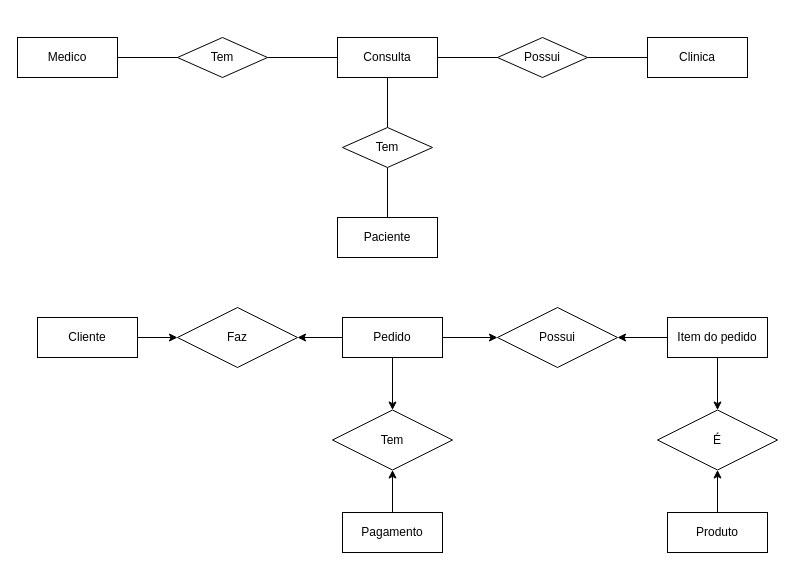
Earlier version of the draw.io diagram Projeto_ECommerce/Modelagem/Clinica Medica.drawio (jheykocarreno/Senai_BackEnd). Source tidied: cells renumbered, new cells numbered last; positions are measured from the earlier drawing's top-left corner, leaving out a move shared by most shapes. Both pictures are drawn from the tidied source at 100%, with x=0, y=0 at pixel (17, 37).
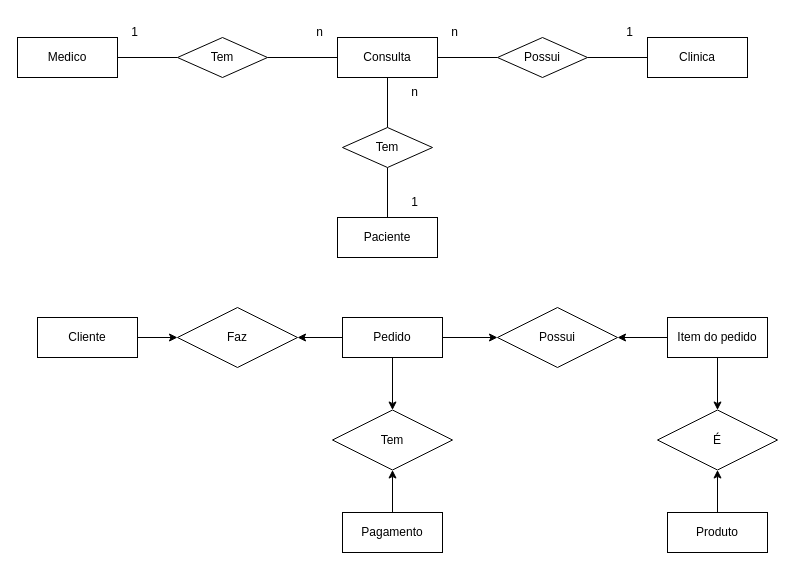
The same page after the edit.

Change to the diagram source:
```diff
@@
+    <mxCell id="32" value="1" style="text;html=1;align=center;verticalAlign=middle;whiteSpace=wrap;rounded=0;" parent="1" vertex="1">
+      <mxGeometry x="595" y="-20" width="35" height="30" as="geometry" />
+    </mxCell>
+    <mxCell id="33" value="1" style="text;html=1;align=center;verticalAlign=middle;whiteSpace=wrap;rounded=0;" parent="1" vertex="1">
+      <mxGeometry x="100" y="-20" width="35" height="30" as="geometry" />
+    </mxCell>
+    <mxCell id="34" value="n" style="text;html=1;align=center;verticalAlign=middle;whiteSpace=wrap;rounded=0;" parent="1" vertex="1">
+      <mxGeometry x="285" y="-20" width="35" height="30" as="geometry" />
+    </mxCell>
+    <mxCell id="35" value="n" style="text;html=1;align=center;verticalAlign=middle;whiteSpace=wrap;rounded=0;" parent="1" vertex="1">
+      <mxGeometry x="420" y="-20" width="35" height="30" as="geometry" />
+    </mxCell>
+    <mxCell id="36" value="n" style="text;html=1;align=center;verticalAlign=middle;whiteSpace=wrap;rounded=0;" parent="1" vertex="1">
+      <mxGeometry x="380" y="40" width="35" height="30" as="geometry" />
+    </mxCell>
+    <mxCell id="37" value="1" style="text;html=1;align=center;verticalAlign=middle;whiteSpace=wrap;rounded=0;" parent="1" vertex="1">
+      <mxGeometry x="380" y="150" width="35" height="30" as="geometry" />
+    </mxCell>
```
